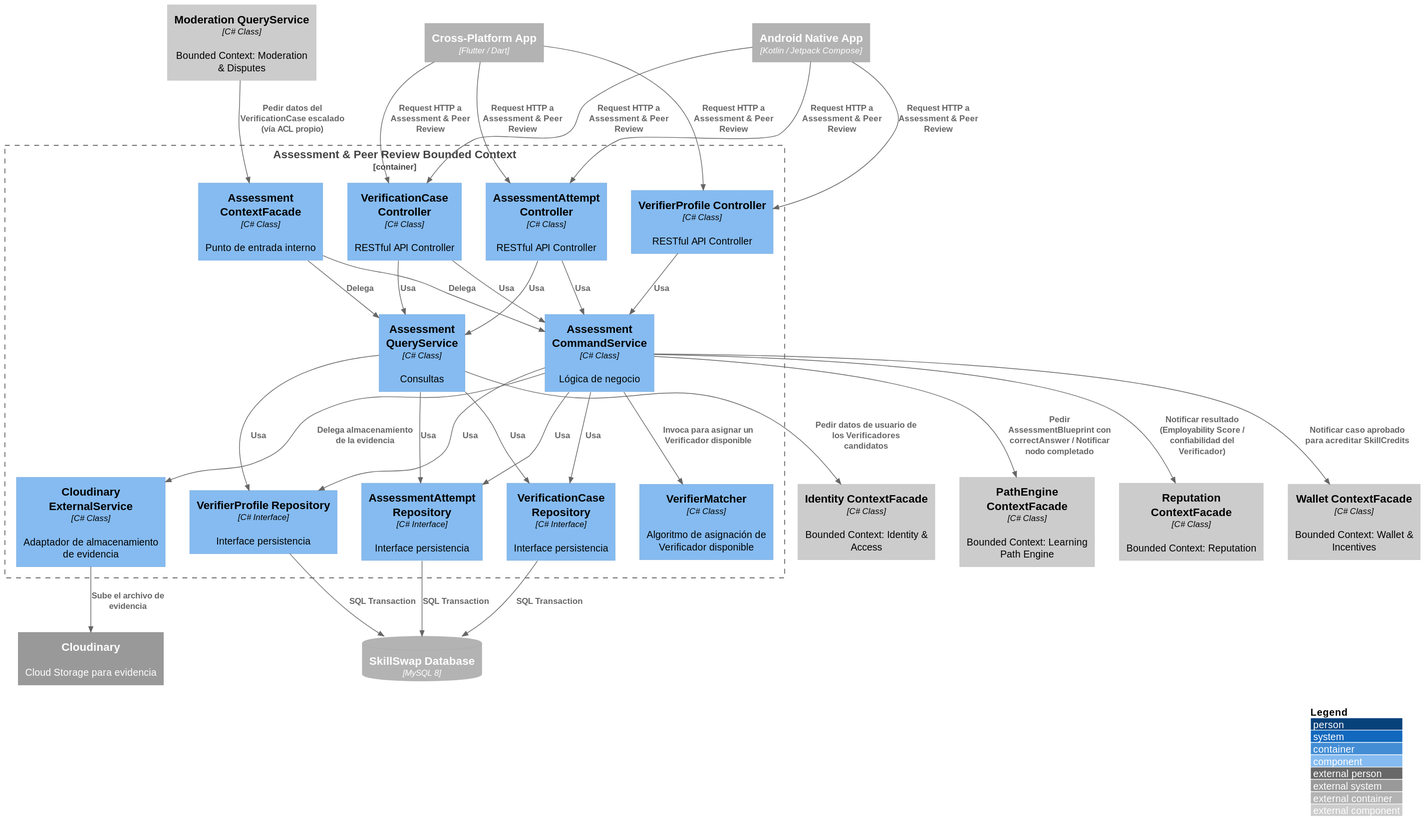
Earlier version of the PlantUML export images-doc/AssessmentPeerReviewComponent.svg (Aplicaciones-Dispositivos-Moviles/SkillSwap-ProjectReport).
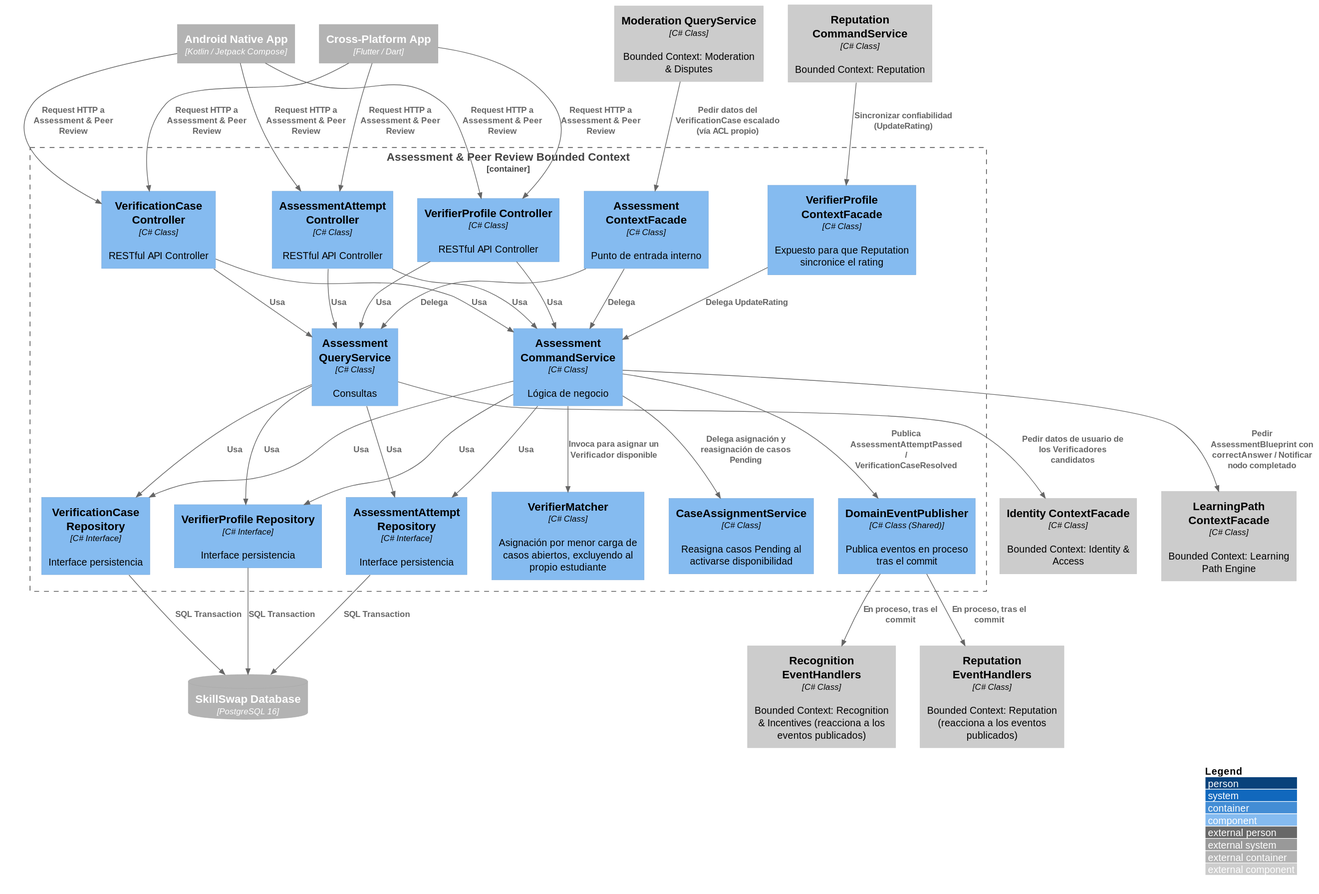
After the commit.

Diff of the diagram source:
```diff
@@ -5,8 +5,7 @@
 
 Container_Ext(androidApp, "Android Native App", "Kotlin / Jetpack Compose")
 Container_Ext(flutterApp, "Cross-Platform App", "Flutter / Dart")
-ContainerDb_Ext(mainDB, "SkillSwap Database", "MySQL 8")
-System_Ext(cloudStorage, "Cloudinary", "Cloud Storage para evidencia")
+ContainerDb_Ext(mainDB, "SkillSwap Database", "PostgreSQL 16")
 
 Container_Boundary(assessmentBC, "Assessment & Peer Review Bounded Context") {
     Component(assessmentAttemptController, "AssessmentAttempt Controller", "C# Class", "RESTful API Controller")
@@ -14,18 +13,21 @@
     Component(verifierProfileController, "VerifierProfile Controller", "C# Class", "RESTful API Controller")
     Component(assessmentCommandService, "Assessment CommandService", "C# Class", "Lógica de negocio")
     Component(assessmentQueryService, "Assessment QueryService", "C# Class", "Consultas")
-    Component(verifierMatcher, "VerifierMatcher", "C# Class", "Algoritmo de asignación de Verificador disponible")
+    Component(verifierMatcher, "VerifierMatcher", "C# Class", "Asignación por menor carga de casos abiertos, excluyendo al propio estudiante")
+    Component(caseAssignmentService, "CaseAssignmentService", "C# Class", "Reasigna casos Pending al activarse disponibilidad")
     Component(attemptRepository, "AssessmentAttempt Repository", "C# Interface", "Interface persistencia")
     Component(verifierProfileRepository, "VerifierProfile Repository", "C# Interface", "Interface persistencia")
     Component(caseRepository, "VerificationCase Repository", "C# Interface", "Interface persistencia")
-    Component(evidenceExternal, "Cloudinary ExternalService", "C# Class", "Adaptador de almacenamiento de evidencia")
+    Component(domainEventPublisher, "DomainEventPublisher", "C# Class (Shared)", "Publica eventos en proceso tras el commit")
     Component(assessmentContextFacade, "Assessment ContextFacade", "C# Class", "Punto de entrada interno")
+    Component(verifierProfileContextFacade, "VerifierProfile ContextFacade", "C# Class", "Expuesto para que Reputation sincronice el rating")
 }
 
-Component_Ext(pathEngineContextFacade, "PathEngine ContextFacade", "C# Class", "Bounded Context: Learning Path Engine")
+Component_Ext(pathEngineContextFacade, "LearningPath ContextFacade", "C# Class", "Bounded Context: Learning Path Engine")
 Component_Ext(identityContextFacade, "Identity ContextFacade", "C# Class", "Bounded Context: Identity & Access")
-Component_Ext(reputationContextFacade, "Reputation ContextFacade", "C# Class", "Bounded Context: Reputation")
-Component_Ext(walletContextFacade, "Wallet ContextFacade", "C# Class", "Bounded Context: Wallet & Incentives")
+Component_Ext(reputationCommandService, "Reputation CommandService", "C# Class", "Bounded Context: Reputation")
+Component_Ext(reputationEventHandlers, "Reputation EventHandlers", "C# Class", "Bounded Context: Reputation (reacciona a los eventos publicados)")
+Component_Ext(recognitionEventHandlers, "Recognition EventHandlers", "C# Class", "Bounded Context: Recognition & Incentives (reacciona a los eventos publicados)")
 Component_Ext(moderationQueryService, "Moderation QueryService", "C# Class", "Bounded Context: Moderation & Disputes")
 
 Rel(androidApp, assessmentAttemptController, "Request HTTP a Assessment & Peer Review")
@@ -40,6 +42,7 @@
 Rel(verificationCaseController, assessmentCommandService, "Usa")
 Rel(verificationCaseController, assessmentQueryService, "Usa")
 Rel(verifierProfileController, assessmentCommandService, "Usa")
+Rel(verifierProfileController, assessmentQueryService, "Usa")
 
 Rel(assessmentCommandService, attemptRepository, "Usa")
 Rel(assessmentCommandService, verifierProfileRepository, "Usa")
@@ -53,16 +56,19 @@
 Rel(caseRepository, mainDB, "SQL Transaction")
 
 Rel(assessmentCommandService, verifierMatcher, "Invoca para asignar un Verificador disponible")
-Rel(assessmentCommandService, evidenceExternal, "Delega almacenamiento de la evidencia")
-Rel(evidenceExternal, cloudStorage, "Sube el archivo de evidencia")
+Rel(assessmentCommandService, caseAssignmentService, "Delega asignación y reasignación de casos Pending")
 
 Rel(assessmentCommandService, pathEngineContextFacade, "Pedir AssessmentBlueprint con correctAnswer / Notificar nodo completado")
-Rel(assessmentCommandService, reputationContextFacade, "Notificar resultado (Employability Score / confiabilidad del Verificador)")
-Rel(assessmentCommandService, walletContextFacade, "Notificar caso aprobado para acreditar SkillCredits")
 Rel(assessmentQueryService, identityContextFacade, "Pedir datos de usuario de los Verificadores candidatos")
+
+Rel(assessmentCommandService, domainEventPublisher, "Publica AssessmentAttemptPassed / VerificationCaseResolved")
+Rel(domainEventPublisher, reputationEventHandlers, "En proceso, tras el commit")
+Rel(domainEventPublisher, recognitionEventHandlers, "En proceso, tras el commit")
 
 Rel(assessmentContextFacade, assessmentCommandService, "Delega")
 Rel(assessmentContextFacade, assessmentQueryService, "Delega")
+Rel(verifierProfileContextFacade, assessmentCommandService, "Delega UpdateRating")
 
 Rel(moderationQueryService, assessmentContextFacade, "Pedir datos del VerificationCase escalado (vía ACL propio)")
+Rel(reputationCommandService, verifierProfileContextFacade, "Sincronizar confiabilidad (UpdateRating)")
 @enduml
```
